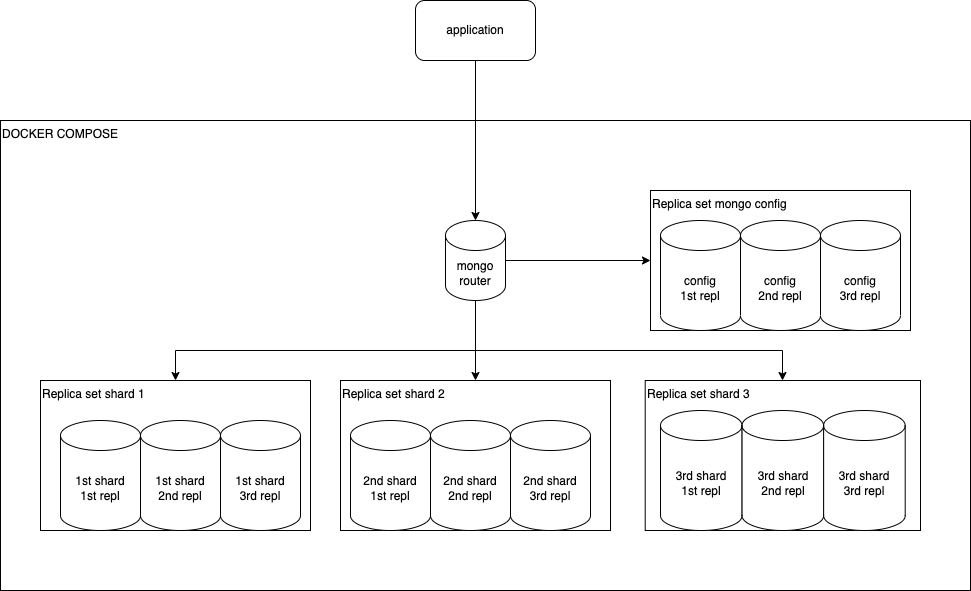
Earlier version of the draw.io export physical-views.png (davidasync/mongo-sharding-poc). Source tidied: cells renumbered, new cells last; positions are measured from the earlier drawing's top-left corner, leaving out a move shared by most shapes. Its diagram source:
```xml
<mxGraphModel>
  <root>
    <mxCell id="0" />
    <mxCell id="1" parent="0" />
    <mxCell id="2" value="DOCKER COMPOSE" style="rounded=0;whiteSpace=wrap;html=1;align=left;verticalAlign=top;" parent="1" vertex="1">
      <mxGeometry y="120" width="970" height="470" as="geometry" />
    </mxCell>
    <mxCell id="3" value="Replica set mongo config" style="rounded=0;whiteSpace=wrap;html=1;align=left;verticalAlign=top;" parent="1" vertex="1">
      <mxGeometry x="650" y="190" width="260" height="140" as="geometry" />
    </mxCell>
    <mxCell id="4" style="group;" parent="1" vertex="1">
      <mxGeometry x="660" y="410" width="260" height="120" as="geometry" />
    </mxCell>
    <mxCell id="5" value="Replica set shard 3" style="rounded=0;whiteSpace=wrap;html=1;align=left;verticalAlign=top;" parent="4" vertex="1">
      <mxGeometry x="-15.3" y="-30" width="275.3" height="150" as="geometry" />
    </mxCell>
    <mxCell id="6" value="3rd shard&lt;br&gt;1st repl" style="shape=cylinder3;whiteSpace=wrap;html=1;boundedLbl=1;backgroundOutline=1;size=15;" parent="4" vertex="1">
      <mxGeometry width="81.6" height="120" as="geometry" />
    </mxCell>
    <mxCell id="7" value="3rd&amp;nbsp;shard&lt;br&gt;2nd repl" style="shape=cylinder3;whiteSpace=wrap;html=1;boundedLbl=1;backgroundOutline=1;size=15;" parent="4" vertex="1">
      <mxGeometry x="81.6" width="81.6" height="120" as="geometry" />
    </mxCell>
    <mxCell id="8" value="3rd&amp;nbsp;shard&lt;br&gt;3rd repl" style="shape=cylinder3;whiteSpace=wrap;html=1;boundedLbl=1;backgroundOutline=1;size=15;" parent="4" vertex="1">
      <mxGeometry x="163.1" width="81.6" height="120" as="geometry" />
    </mxCell>
    <mxCell id="9" style="group;" parent="1" vertex="1">
      <mxGeometry x="660" y="220" width="240" height="110" as="geometry" />
    </mxCell>
    <mxCell id="10" value="config&lt;br&gt;1st repl" style="shape=cylinder3;whiteSpace=wrap;html=1;boundedLbl=1;backgroundOutline=1;size=15;" parent="9" vertex="1">
      <mxGeometry width="80" height="110" as="geometry" />
    </mxCell>
    <mxCell id="11" value="config&lt;br&gt;2nd repl" style="shape=cylinder3;whiteSpace=wrap;html=1;boundedLbl=1;backgroundOutline=1;size=15;" parent="9" vertex="1">
      <mxGeometry x="80" width="80" height="110" as="geometry" />
    </mxCell>
    <mxCell id="12" value="config&lt;br&gt;3rd repl" style="shape=cylinder3;whiteSpace=wrap;html=1;boundedLbl=1;backgroundOutline=1;size=15;" parent="9" vertex="1">
      <mxGeometry x="160" width="80" height="110" as="geometry" />
    </mxCell>
    <mxCell id="13" style="group;" parent="1" vertex="1">
      <mxGeometry x="340" y="380" width="270" height="150" as="geometry" />
    </mxCell>
    <mxCell id="14" value="Replica set shard 2" style="rounded=0;whiteSpace=wrap;html=1;align=left;verticalAlign=top;" parent="13" vertex="1">
      <mxGeometry width="270" height="150" as="geometry" />
    </mxCell>
    <mxCell id="15" style="group;" parent="13" vertex="1">
      <mxGeometry x="10" y="40" width="240" height="110" as="geometry" />
    </mxCell>
    <mxCell id="16" value="2nd shard&lt;br&gt;1st repl" style="shape=cylinder3;whiteSpace=wrap;html=1;boundedLbl=1;backgroundOutline=1;size=15;" parent="15" vertex="1">
      <mxGeometry width="80" height="110" as="geometry" />
    </mxCell>
    <mxCell id="17" value="2nd&amp;nbsp;shard&lt;br&gt;2nd repl" style="shape=cylinder3;whiteSpace=wrap;html=1;boundedLbl=1;backgroundOutline=1;size=15;" parent="15" vertex="1">
      <mxGeometry x="80" width="80" height="110" as="geometry" />
    </mxCell>
    <mxCell id="18" value="2nd&amp;nbsp;shard&lt;br&gt;3rd repl" style="shape=cylinder3;whiteSpace=wrap;html=1;boundedLbl=1;backgroundOutline=1;size=15;" parent="15" vertex="1">
      <mxGeometry x="160" width="80" height="110" as="geometry" />
    </mxCell>
    <mxCell id="19" style="group;" parent="1" vertex="1">
      <mxGeometry x="40" y="380" width="270" height="150" as="geometry" />
    </mxCell>
    <mxCell id="20" value="Replica set shard 1" style="rounded=0;whiteSpace=wrap;html=1;align=left;verticalAlign=top;" parent="19" vertex="1">
      <mxGeometry width="270" height="150" as="geometry" />
    </mxCell>
    <mxCell id="21" style="group;" parent="19" vertex="1">
      <mxGeometry x="20" y="40" width="240" height="110" as="geometry" />
    </mxCell>
    <mxCell id="22" value="1st&amp;nbsp;shard&lt;br&gt;1st repl" style="shape=cylinder3;whiteSpace=wrap;html=1;boundedLbl=1;backgroundOutline=1;size=15;" parent="21" vertex="1">
      <mxGeometry width="80" height="110" as="geometry" />
    </mxCell>
    <mxCell id="23" value="1st&amp;nbsp;shard&lt;br&gt;2nd repl" style="shape=cylinder3;whiteSpace=wrap;html=1;boundedLbl=1;backgroundOutline=1;size=15;" parent="21" vertex="1">
      <mxGeometry x="80" width="80" height="110" as="geometry" />
    </mxCell>
    <mxCell id="24" value="1st&amp;nbsp;shard&lt;br&gt;3rd repl" style="shape=cylinder3;whiteSpace=wrap;html=1;boundedLbl=1;backgroundOutline=1;size=15;" parent="21" vertex="1">
      <mxGeometry x="160" width="80" height="110" as="geometry" />
    </mxCell>
    <mxCell id="25" style="edgeStyle=orthogonalEdgeStyle;rounded=0;jettySize=auto;html=1;entryX=0.5;entryY=0;entryDx=0;entryDy=0;" parent="1" edge="1" source="29" target="20">
      <mxGeometry relative="1" as="geometry">
        <Array as="points">
          <mxPoint x="475" y="350" />
          <mxPoint x="175" y="350" />
        </Array>
      </mxGeometry>
    </mxCell>
    <mxCell id="26" style="edgeStyle=orthogonalEdgeStyle;rounded=0;jettySize=auto;html=1;" parent="1" edge="1" source="29" target="14">
      <mxGeometry relative="1" as="geometry" />
    </mxCell>
    <mxCell id="27" style="edgeStyle=orthogonalEdgeStyle;rounded=0;jettySize=auto;html=1;" parent="1" edge="1" source="29" target="5">
      <mxGeometry relative="1" as="geometry">
        <Array as="points">
          <mxPoint x="475" y="350" />
          <mxPoint x="782" y="350" />
        </Array>
      </mxGeometry>
    </mxCell>
    <mxCell id="28" style="edgeStyle=orthogonalEdgeStyle;rounded=0;jettySize=auto;html=1;entryX=0;entryY=0.5;entryDx=0;entryDy=0;" parent="1" edge="1" source="29" target="3">
      <mxGeometry relative="1" as="geometry" />
    </mxCell>
    <mxCell id="29" value="mongo&lt;br&gt;router" style="shape=cylinder3;whiteSpace=wrap;html=1;boundedLbl=1;backgroundOutline=1;size=15;" parent="1" vertex="1">
      <mxGeometry x="445" y="220" width="60" height="80" as="geometry" />
    </mxCell>
    <mxCell id="30" style="edgeStyle=orthogonalEdgeStyle;rounded=0;jettySize=auto;html=1;" parent="1" edge="1" source="31" target="29">
      <mxGeometry relative="1" as="geometry" />
    </mxCell>
    <mxCell id="31" value="application" style="rounded=1;whiteSpace=wrap;html=1;" parent="1" vertex="1">
      <mxGeometry x="415" width="120" height="60" as="geometry" />
    </mxCell>
  </root>
</mxGraphModel>
```
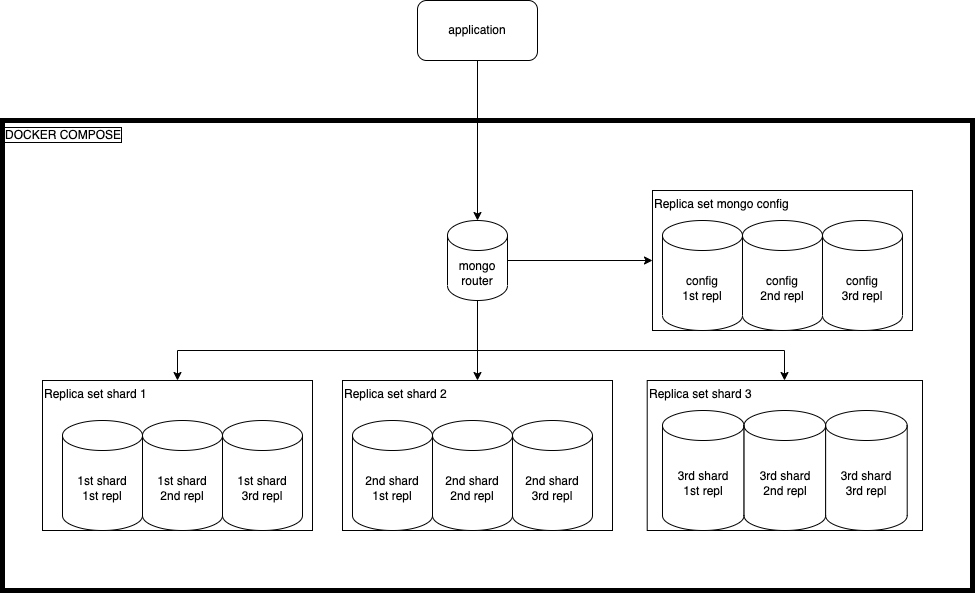
Above is the later version.

The edit, as a diff of the source:
```diff
@@ -2,7 +2,7 @@
   <root>
     <mxCell id="0" />
     <mxCell id="1" parent="0" />
-    <mxCell id="2" value="DOCKER COMPOSE" style="rounded=0;whiteSpace=wrap;html=1;align=left;verticalAlign=top;" parent="1" vertex="1">
+    <mxCell id="2" value="DOCKER COMPOSE" style="rounded=0;whiteSpace=wrap;html=1;align=left;verticalAlign=top;labelBorderColor=default;strokeWidth=5;" parent="1" vertex="1">
       <mxGeometry y="120" width="970" height="470" as="geometry" />
     </mxCell>
     <mxCell id="3" value="Replica set mongo config" style="rounded=0;whiteSpace=wrap;html=1;align=left;verticalAlign=top;" parent="1" vertex="1">
```
